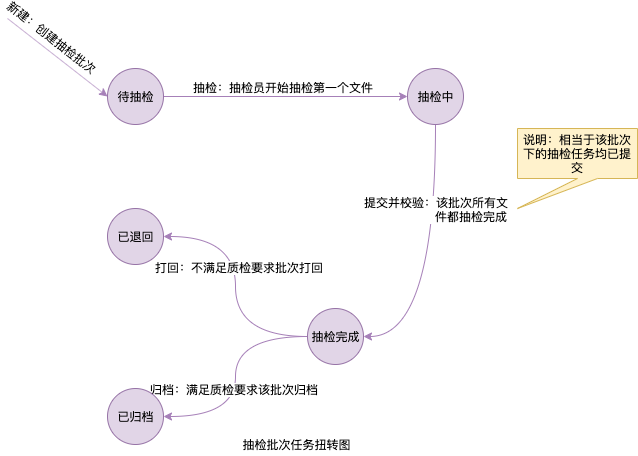
Above: 抽检批次状态图.png in gumuqi/draw.io (draw.io), before the change. Source tidied: cells renumbered, new cells last; positions are measured from the earlier drawing's top-left corner, leaving out a move shared by most shapes.
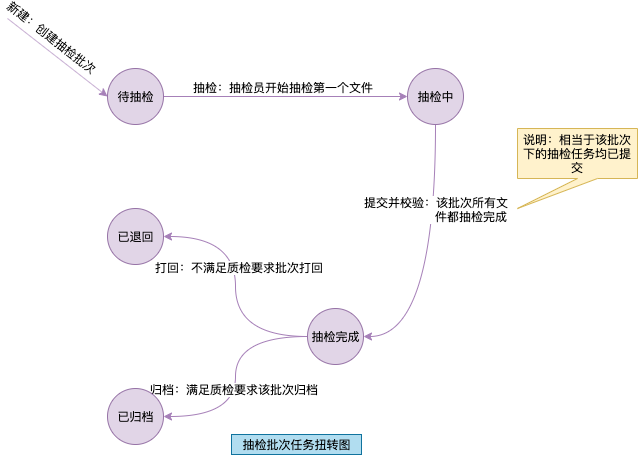
The same diagram one commit later.

Commit message:
已添加 抽检批次状态图1.png

Diff of the diagram source:
```diff
@@ -60,7 +60,7 @@
     <mxCell id="17" value="说明：相当于该批次下的抽检任务均已提交" style="shape=callout;whiteSpace=wrap;html=1;perimeter=calloutPerimeter;position2=0;fillColor=#fff2cc;strokeColor=#d6b656;" parent="1" vertex="1">
       <mxGeometry x="510" y="110" width="120" height="80" as="geometry" />
     </mxCell>
-    <mxCell id="18" value="抽检批次任务扭转图" style="text;html=1;strokeColor=none;fillColor=none;align=center;verticalAlign=middle;whiteSpace=wrap;rounded=0;" parent="1" vertex="1">
+    <mxCell id="18" value="抽检批次任务扭转图" style="text;html=1;strokeColor=#10739e;fillColor=#b1ddf0;align=center;verticalAlign=middle;whiteSpace=wrap;rounded=0;" parent="1" vertex="1">
       <mxGeometry x="224" y="416" width="130" height="20" as="geometry" />
     </mxCell>
   </root>
```
